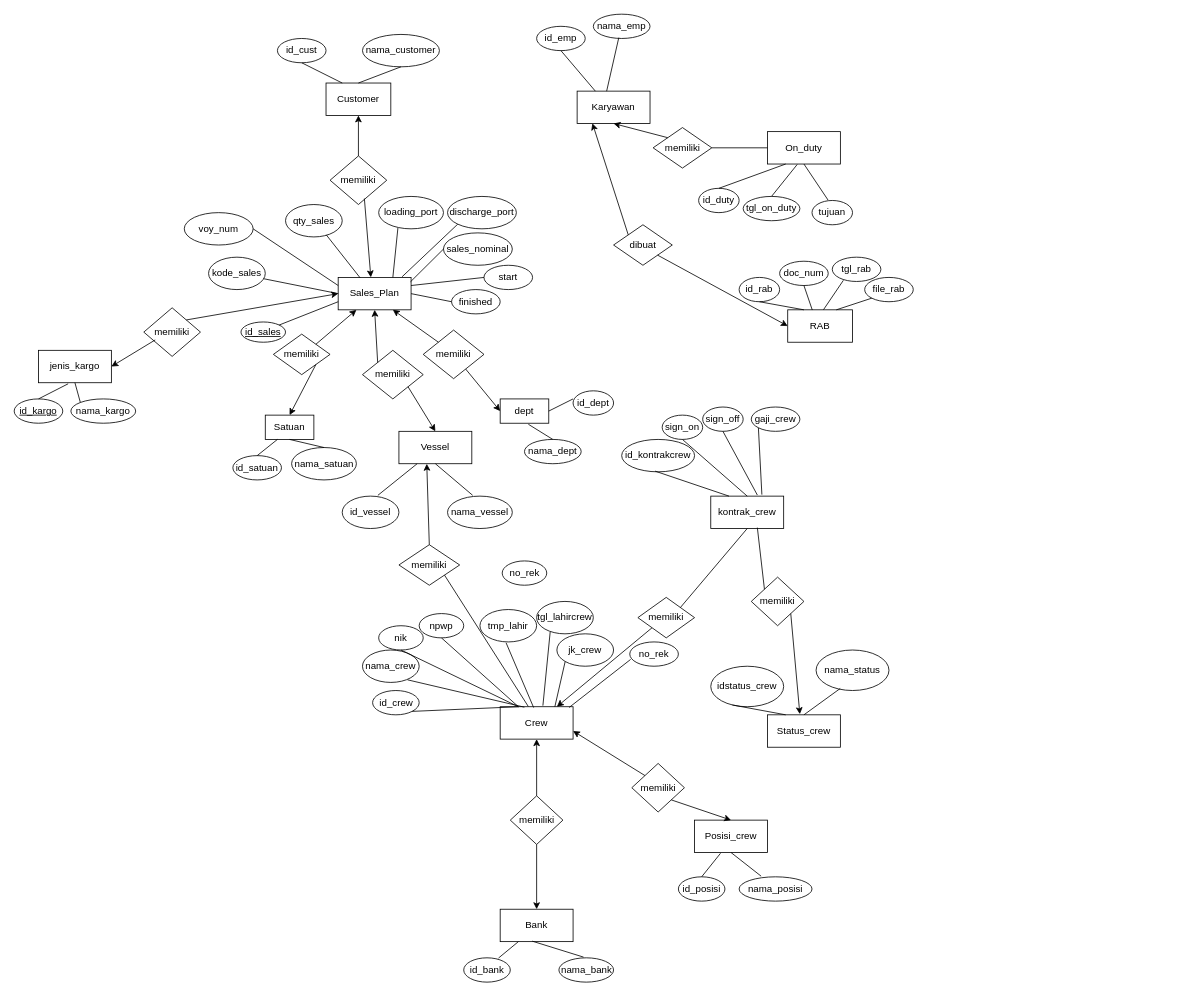
This is page "ERD" (2 of 3) of MMM.drawio from Mabrural/mitra-maritim, a draw.io file, before an edit. Source tidied: cells renumbered, new cells numbered last; positions are measured from the earlier drawing's top-left corner, leaving out a move shared by most shapes. Both pictures are drawn from the tidied source at 81%, with x=0, y=0 at pixel (14, 14).
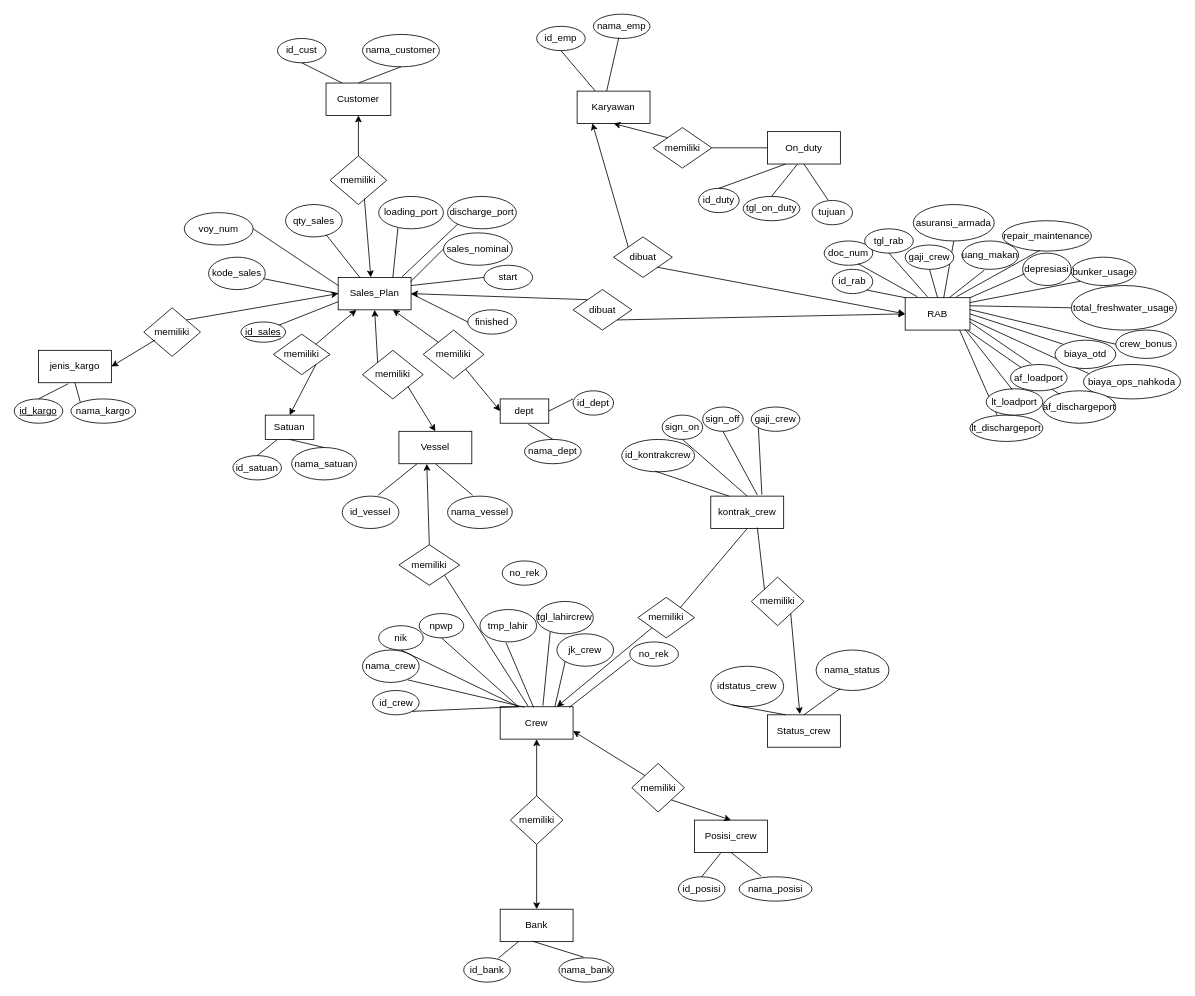
The same page after the edit.

The change refers to these unchanged cells:
```xml
<mxCell id="2" value="Sales_Plan" style="rounded=0;whiteSpace=wrap;html=1;" parent="1" vertex="1">
  <mxGeometry x="400" y="325" width="90" height="40" as="geometry" />
</mxCell>
```

Change to the diagram source:
```diff
@@
+    <mxCell id="145" style="endArrow=none;html=1;rounded=0;exitX=0.369;exitY=-0.012;exitDx=0;exitDy=0;exitPerimeter=0;entryX=0.832;entryY=0.961;entryDx=0;entryDy=0;entryPerimeter=0;" parent="1" edge="1" source="146" target="3">
+      <mxGeometry relative="1" as="geometry" />
+    </mxCell>
+    <mxCell id="146" value="lt_dischargeport" style="ellipse;whiteSpace=wrap;html=1;" parent="1" vertex="1">
+      <mxGeometry x="1180" y="495" width="90" height="32.5" as="geometry" />
+    </mxCell>
@@
     <mxCell id="3" value="RAB" style="rounded=0;whiteSpace=wrap;html=1;" parent="1" vertex="1">
-      <mxGeometry x="955" y="365" width="80" height="40" as="geometry" />
+      <mxGeometry x="1100" y="350" width="80" height="40" as="geometry" />
     </mxCell>
@@
     <mxCell id="22" value="finished" style="ellipse;whiteSpace=wrap;html=1;" parent="1" vertex="1">
-      <mxGeometry x="540" y="340" width="60" height="30" as="geometry" />
+      <mxGeometry x="560" y="365" width="60" height="30" as="geometry" />
     </mxCell>
@@
     <mxCell id="42" value="id_rab" style="ellipse;whiteSpace=wrap;html=1;" parent="1" vertex="1">
-      <mxGeometry x="895" y="325" width="50" height="30" as="geometry" />
+      <mxGeometry x="1010" y="315" width="50" height="30" as="geometry" />
     </mxCell>
     <mxCell id="43" value="doc_num" style="ellipse;whiteSpace=wrap;html=1;" parent="1" vertex="1">
-      <mxGeometry x="945" y="305" width="60" height="30" as="geometry" />
+      <mxGeometry x="1000" y="280" width="60" height="30" as="geometry" />
     </mxCell>
-    <mxCell id="44" style="endArrow=none;html=1;rounded=0;entryX=0.5;entryY=1;entryDx=0;entryDy=0;exitX=0.25;exitY=0;exitDx=0;exitDy=0;" parent="1" edge="1" source="3" target="42">
+    <mxCell id="44" style="endArrow=none;html=1;rounded=0;entryX=1;entryY=1;entryDx=0;entryDy=0;exitX=0;exitY=0;exitDx=0;exitDy=0;" parent="1" edge="1" source="3" target="42">
       <mxGeometry relative="1" as="geometry" />
     </mxCell>
-    <mxCell id="45" style="endArrow=none;html=1;rounded=0;entryX=0.5;entryY=1;entryDx=0;entryDy=0;exitX=0.379;exitY=0.006;exitDx=0;exitDy=0;exitPerimeter=0;" parent="1" edge="1" source="3" target="43">
+    <mxCell id="45" style="endArrow=none;html=1;rounded=0;entryX=0.694;entryY=0.933;entryDx=0;entryDy=0;exitX=0.188;exitY=-0.029;exitDx=0;exitDy=0;exitPerimeter=0;entryPerimeter=0;" parent="1" edge="1" source="3" target="43">
       <mxGeometry relative="1" as="geometry" />
     </mxCell>
@@
     <mxCell id="128" value="tgl_rab" style="ellipse;whiteSpace=wrap;html=1;" parent="1" vertex="1">
-      <mxGeometry x="1010" y="300" width="60" height="30" as="geometry" />
+      <mxGeometry x="1050" y="265" width="60" height="30" as="geometry" />
     </mxCell>
-    <mxCell id="129" style="endArrow=none;html=1;rounded=0;exitX=0.552;exitY=-0.004;exitDx=0;exitDy=0;exitPerimeter=0;entryX=0.229;entryY=0.952;entryDx=0;entryDy=0;entryPerimeter=0;" parent="1" edge="1" source="3" target="128">
+    <mxCell id="129" style="endArrow=none;html=1;rounded=0;exitX=0.344;exitY=-0.029;exitDx=0;exitDy=0;exitPerimeter=0;entryX=0.5;entryY=1;entryDx=0;entryDy=0;" parent="1" edge="1" source="3" target="128">
       <mxGeometry relative="1" as="geometry" />
     </mxCell>
-    <mxCell id="130" value="file_rab" style="ellipse;whiteSpace=wrap;html=1;" parent="1" vertex="1">
-      <mxGeometry x="1050" y="325" width="60" height="30" as="geometry" />
-    </mxCell>
-    <mxCell id="131" style="endArrow=none;html=1;rounded=0;exitX=0.75;exitY=0;exitDx=0;exitDy=0;entryX=0;entryY=1;entryDx=0;entryDy=0;" parent="1" edge="1" source="3" target="130">
+    <mxCell id="131" style="endArrow=none;html=1;rounded=0;entryX=0.5;entryY=1;entryDx=0;entryDy=0;exitX=0.5;exitY=0;exitDx=0;exitDy=0;" parent="1" edge="1" source="3" target="130">
       <mxGeometry relative="1" as="geometry" />
     </mxCell>
     <mxCell id="132" value="dibuat" style="rhombus;whiteSpace=wrap;html=1;" parent="1" vertex="1">
-      <mxGeometry x="740" y="260" width="72.5" height="50" as="geometry" />
+      <mxGeometry x="740" y="275" width="72.5" height="50" as="geometry" />
     </mxCell>
@@
+    <mxCell id="147" style="endArrow=classic;html=1;rounded=0;entryX=1;entryY=0.5;entryDx=0;entryDy=0;exitX=0;exitY=0;exitDx=0;exitDy=0;" parent="1" edge="1" source="148" target="2">
+      <mxGeometry relative="1" as="geometry" />
+    </mxCell>
+    <mxCell id="148" value="dibuat" style="rhombus;whiteSpace=wrap;html=1;" parent="1" vertex="1">
+      <mxGeometry x="690" y="340" width="72.5" height="50" as="geometry" />
+    </mxCell>
+    <mxCell id="149" style="endArrow=classic;html=1;rounded=0;entryX=0;entryY=0.5;entryDx=0;entryDy=0;exitX=1;exitY=1;exitDx=0;exitDy=0;" parent="1" edge="1" source="148" target="3">
+      <mxGeometry relative="1" as="geometry" />
+    </mxCell>
+    <mxCell id="150" value="asuransi_armada" style="ellipse;whiteSpace=wrap;html=1;" parent="1" vertex="1">
+      <mxGeometry x="1110" y="235" width="100" height="45" as="geometry" />
+    </mxCell>
+    <mxCell id="151" style="endArrow=none;html=1;rounded=0;entryX=0.5;entryY=1;entryDx=0;entryDy=0;exitX=0.594;exitY=0.013;exitDx=0;exitDy=0;exitPerimeter=0;" parent="1" edge="1" source="3" target="150">
+      <mxGeometry relative="1" as="geometry" />
+    </mxCell>
+    <mxCell id="152" value="uang_makan" style="ellipse;whiteSpace=wrap;html=1;" parent="1" vertex="1">
+      <mxGeometry x="1170" y="280" width="70" height="35" as="geometry" />
+    </mxCell>
+    <mxCell id="153" style="endArrow=none;html=1;rounded=0;entryX=0.396;entryY=1.03;entryDx=0;entryDy=0;entryPerimeter=0;exitX=0.683;exitY=-0.004;exitDx=0;exitDy=0;exitPerimeter=0;" parent="1" edge="1" source="3" target="152">
+      <mxGeometry relative="1" as="geometry" />
+    </mxCell>
+    <mxCell id="130" value="gaji_crew" style="ellipse;whiteSpace=wrap;html=1;" parent="1" vertex="1">
+      <mxGeometry x="1100" y="285" width="60" height="30" as="geometry" />
+    </mxCell>
+    <mxCell id="154" value="repair_maintenance" style="ellipse;whiteSpace=wrap;html=1;" parent="1" vertex="1">
+      <mxGeometry x="1220" y="255" width="110" height="37.5" as="geometry" />
+    </mxCell>
+    <mxCell id="155" style="endArrow=none;html=1;rounded=0;entryX=0.424;entryY=0.969;entryDx=0;entryDy=0;entryPerimeter=0;exitX=0.79;exitY=-0.027;exitDx=0;exitDy=0;exitPerimeter=0;" parent="1" edge="1" source="3" target="154">
+      <mxGeometry relative="1" as="geometry" />
+    </mxCell>
+    <mxCell id="156" value="depresiasi" style="ellipse;whiteSpace=wrap;html=1;" parent="1" vertex="1">
+      <mxGeometry x="1245" y="295" width="60" height="40" as="geometry" />
+    </mxCell>
+    <mxCell id="157" style="endArrow=none;html=1;rounded=0;entryX=0.042;entryY=0.638;entryDx=0;entryDy=0;entryPerimeter=0;exitX=1;exitY=0;exitDx=0;exitDy=0;" parent="1" edge="1" source="3" target="156">
+      <mxGeometry relative="1" as="geometry" />
+    </mxCell>
+    <mxCell id="158" value="bunker_usage" style="ellipse;whiteSpace=wrap;html=1;" parent="1" vertex="1">
+      <mxGeometry x="1305" y="300" width="80" height="35" as="geometry" />
+    </mxCell>
+    <mxCell id="159" style="endArrow=none;html=1;rounded=0;entryX=0;entryY=1;entryDx=0;entryDy=0;exitX=0.998;exitY=0.151;exitDx=0;exitDy=0;exitPerimeter=0;" parent="1" edge="1" source="3" target="158">
+      <mxGeometry relative="1" as="geometry" />
+    </mxCell>
+    <mxCell id="160" value="total_freshwater_usage" style="ellipse;whiteSpace=wrap;html=1;" parent="1" vertex="1">
+      <mxGeometry x="1305" y="335" width="130" height="55" as="geometry" />
+    </mxCell>
+    <mxCell id="161" style="endArrow=none;html=1;rounded=0;entryX=0;entryY=0.5;entryDx=0;entryDy=0;exitX=1;exitY=0.25;exitDx=0;exitDy=0;" parent="1" edge="1" source="3" target="160">
+      <mxGeometry relative="1" as="geometry" />
+    </mxCell>
+    <mxCell id="162" value="crew_bonus" style="ellipse;whiteSpace=wrap;html=1;" parent="1" vertex="1">
+      <mxGeometry x="1360" y="390" width="75" height="35" as="geometry" />
+    </mxCell>
+    <mxCell id="163" style="endArrow=none;html=1;rounded=0;entryX=0;entryY=0.5;entryDx=0;entryDy=0;exitX=0.992;exitY=0.365;exitDx=0;exitDy=0;exitPerimeter=0;" parent="1" edge="1" source="3" target="162">
+      <mxGeometry relative="1" as="geometry" />
+    </mxCell>
+    <mxCell id="164" style="endArrow=none;html=1;rounded=0;entryX=0;entryY=0;entryDx=0;entryDy=0;exitX=1;exitY=0.5;exitDx=0;exitDy=0;" parent="1" edge="1" source="3" target="167">
+      <mxGeometry relative="1" as="geometry" />
+    </mxCell>
+    <mxCell id="165" value="biaya_ops_nahkoda" style="ellipse;whiteSpace=wrap;html=1;" parent="1" vertex="1">
+      <mxGeometry x="1320" y="432.5" width="120" height="42.5" as="geometry" />
+    </mxCell>
+    <mxCell id="166" style="endArrow=none;html=1;rounded=0;entryX=0.054;entryY=0.263;entryDx=0;entryDy=0;entryPerimeter=0;exitX=0.992;exitY=0.651;exitDx=0;exitDy=0;exitPerimeter=0;" parent="1" edge="1" source="3" target="165">
+      <mxGeometry relative="1" as="geometry" />
+    </mxCell>
+    <mxCell id="167" value="biaya_otd" style="ellipse;whiteSpace=wrap;html=1;" parent="1" vertex="1">
+      <mxGeometry x="1285" y="402.5" width="75" height="35" as="geometry" />
+    </mxCell>
+    <mxCell id="168" value="af_dischargeport" style="ellipse;whiteSpace=wrap;html=1;" parent="1" vertex="1">
+      <mxGeometry x="1270" y="465" width="90" height="40" as="geometry" />
+    </mxCell>
+    <mxCell id="169" style="endArrow=none;html=1;rounded=0;entryX=0.368;entryY=-0.024;entryDx=0;entryDy=0;entryPerimeter=0;exitX=1;exitY=0.75;exitDx=0;exitDy=0;" parent="1" edge="1" source="3" target="171">
+      <mxGeometry relative="1" as="geometry" />
+    </mxCell>
+    <mxCell id="170" style="endArrow=none;html=1;rounded=0;exitX=0.231;exitY=0.11;exitDx=0;exitDy=0;exitPerimeter=0;entryX=0.962;entryY=1.008;entryDx=0;entryDy=0;entryPerimeter=0;" parent="1" edge="1" source="168" target="3">
+      <mxGeometry relative="1" as="geometry" />
+    </mxCell>
+    <mxCell id="171" value="af_loadport" style="ellipse;whiteSpace=wrap;html=1;" parent="1" vertex="1">
+      <mxGeometry x="1230" y="432.5" width="70" height="32.5" as="geometry" />
+    </mxCell>
+    <mxCell id="172" value="lt_loadport" style="ellipse;whiteSpace=wrap;html=1;" parent="1" vertex="1">
+      <mxGeometry x="1200" y="462.5" width="70" height="32.5" as="geometry" />
+    </mxCell>
+    <mxCell id="173" style="endArrow=none;html=1;rounded=0;exitX=0.461;exitY=0.036;exitDx=0;exitDy=0;exitPerimeter=0;entryX=0.921;entryY=0.973;entryDx=0;entryDy=0;entryPerimeter=0;" parent="1" edge="1" source="172" target="3">
+      <mxGeometry relative="1" as="geometry" />
+    </mxCell>
```
